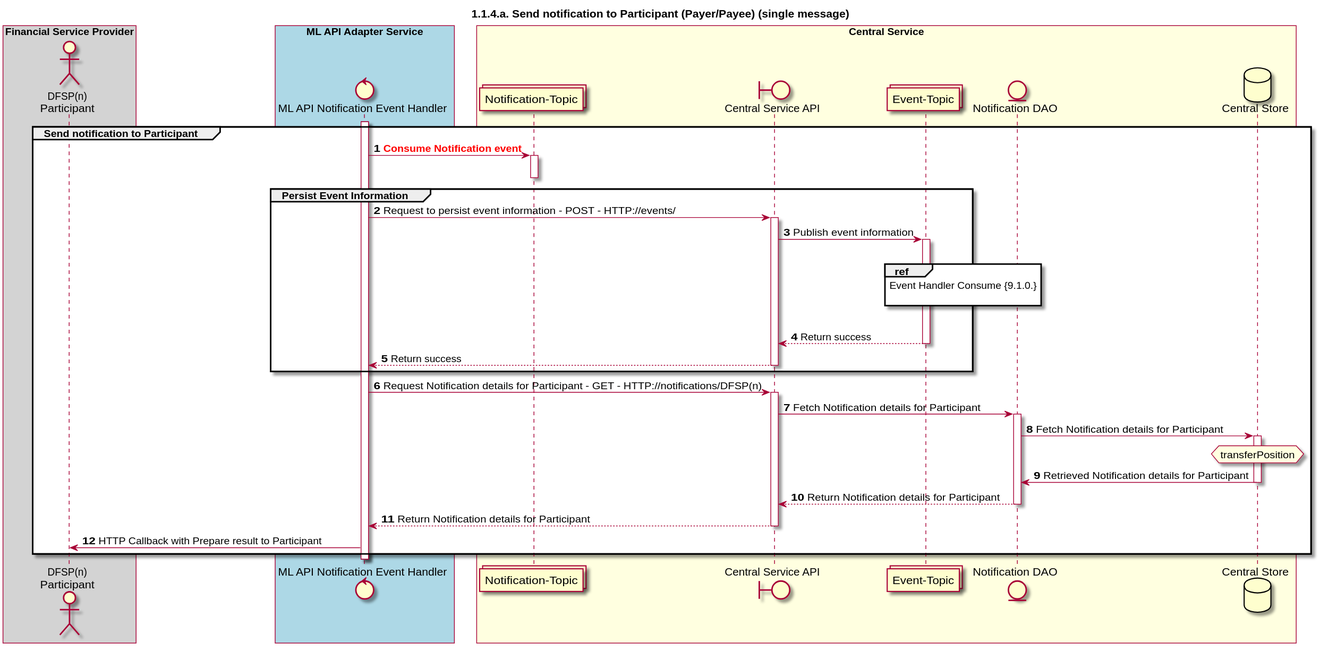
This is CentralServices/seq_diagrams/seq-prepare-1.1.4.a.svg from ggrg/docs, a PlantUML export, as it was before one commit.
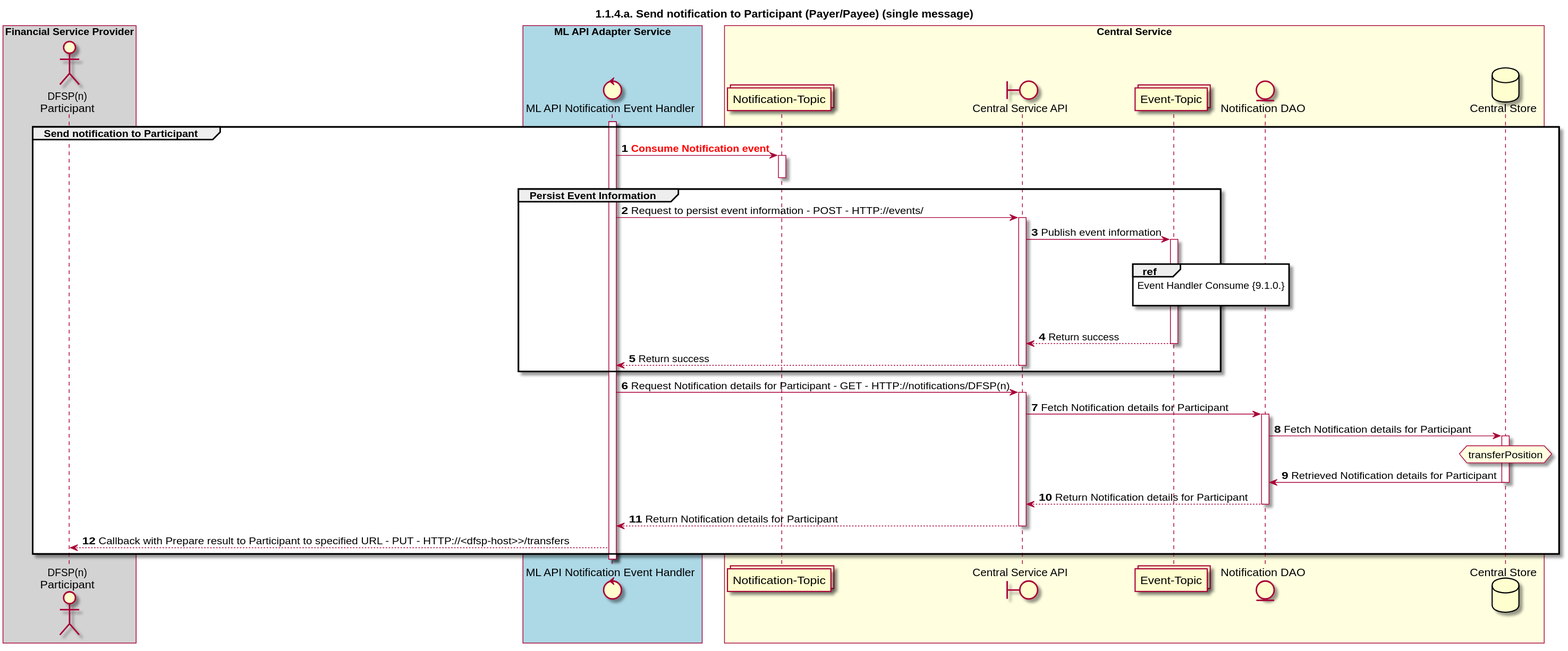
Later version of the same file.

Change to the diagram source:
```diff
@@ -62,7 +62,7 @@
     deactivate NOTIFY_DAO
     CSAPI --> NOTIFY_HANDLER: Return Notification details for Participant
     deactivate CSAPI
-    NOTIFY_HANDLER -> DFSP: HTTP Callback with Prepare result to Participant
+    NOTIFY_HANDLER --> DFSP: Callback with Prepare result to Participant to specified URL - PUT - HTTP://<dfsp-host>>/transfers
 end
 deactivate NOTIFY_HANDLER
 @enduml
```
